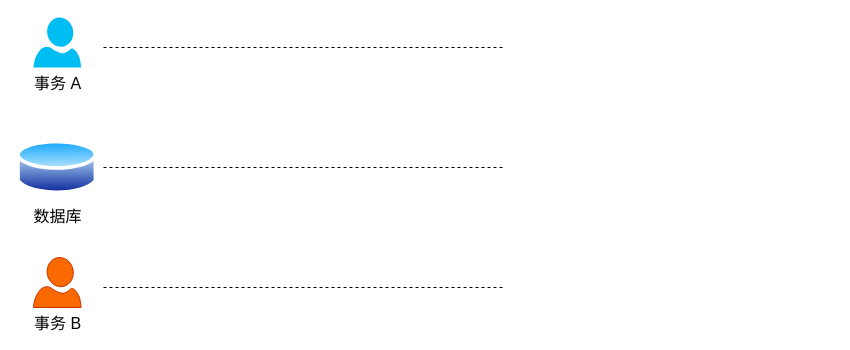
xiaolincoder/ImageHost4 keeps this draw.io diagram as mysql/事务隔离/脏读.drawio. Above is the earlier version. Source tidied: cells renumbered, new cells numbered last; positions are measured from the earlier drawing's top-left corner, leaving out a move shared by most shapes. Both pictures are drawn from the tidied source at 100%, with x=0, y=0 at pixel (16, 17).
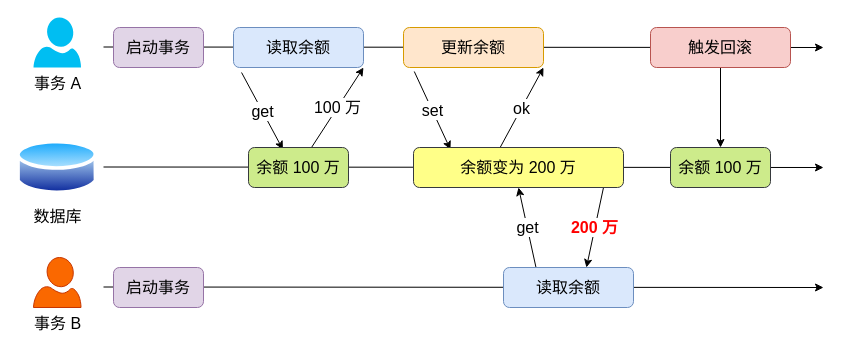
After the change.

Change to the diagram source:
```diff
@@
-    <mxCell id="2" style="endArrow=none;dashed=1;html=1;" parent="1" edge="1">
-      <mxGeometry relative="1" as="geometry">
-        <mxPoint x="87" y="30" as="sourcePoint" />
-        <mxPoint x="487" y="30" as="targetPoint" />
-      </mxGeometry>
-    </mxCell>
+    <mxCell id="8" style="endArrow=classic;html=1;fontSize=16;" parent="1" edge="1">
+      <mxGeometry relative="1" as="geometry">
+        <mxPoint x="87" y="29.5" as="sourcePoint" />
+        <mxPoint x="807" y="30" as="targetPoint" />
+      </mxGeometry>
+    </mxCell>
+    <mxCell id="9" style="endArrow=classic;html=1;fontSize=16;" parent="1" edge="1">
+      <mxGeometry relative="1" as="geometry">
+        <mxPoint x="87" y="149.5" as="sourcePoint" />
+        <mxPoint x="807" y="150" as="targetPoint" />
+      </mxGeometry>
+    </mxCell>
+    <mxCell id="10" style="endArrow=classic;html=1;fontSize=16;" parent="1" edge="1">
+      <mxGeometry relative="1" as="geometry">
+        <mxPoint x="87" y="269.5" as="sourcePoint" />
+        <mxPoint x="807" y="270" as="targetPoint" />
+      </mxGeometry>
+    </mxCell>
@@
-    <mxCell id="4" style="endArrow=none;dashed=1;html=1;" parent="1" edge="1">
-      <mxGeometry relative="1" as="geometry">
-        <mxPoint x="87" y="150" as="sourcePoint" />
-        <mxPoint x="487" y="150" as="targetPoint" />
-      </mxGeometry>
-    </mxCell>
@@
-    <mxCell id="6" style="endArrow=none;dashed=1;html=1;" parent="1" edge="1">
-      <mxGeometry relative="1" as="geometry">
-        <mxPoint x="87" y="270" as="sourcePoint" />
-        <mxPoint x="487" y="270" as="targetPoint" />
-      </mxGeometry>
-    </mxCell>
@@
+    <mxCell id="11" value="启动事务" style="rounded=1;whiteSpace=wrap;html=1;fontSize=16;fillColor=#e1d5e7;strokeColor=#9673a6;" parent="1" vertex="1">
+      <mxGeometry x="97" y="10" width="90" height="40" as="geometry" />
+    </mxCell>
+    <mxCell id="12" value="get" style="rounded=0;jettySize=auto;html=1;entryX=0.344;entryY=0.05;entryDx=0;entryDy=0;fontSize=16;exitX=0.062;exitY=1.125;exitDx=0;exitDy=0;exitPerimeter=0;entryPerimeter=0;" parent="1" edge="1" source="13" target="15">
+      <mxGeometry relative="1" as="geometry" />
+    </mxCell>
+    <mxCell id="13" value="读取余额" style="rounded=1;whiteSpace=wrap;html=1;fontSize=16;fillColor=#dae8fc;strokeColor=#6c8ebf;" parent="1" vertex="1">
+      <mxGeometry x="217" y="10" width="130" height="40" as="geometry" />
+    </mxCell>
+    <mxCell id="14" value="100 万" style="edgeStyle=none;rounded=0;jettySize=auto;html=1;entryX=1;entryY=1;entryDx=0;entryDy=0;fontSize=16;" parent="1" edge="1" source="15" target="13">
+      <mxGeometry relative="1" as="geometry" />
+    </mxCell>
+    <mxCell id="15" value="余额 100 万" style="rounded=1;whiteSpace=wrap;html=1;fontSize=16;fillColor=#cdeb8b;strokeColor=#36393d;" parent="1" vertex="1">
+      <mxGeometry x="232" y="130" width="100" height="40" as="geometry" />
+    </mxCell>
+    <mxCell id="16" value="set" style="edgeStyle=none;rounded=0;jettySize=auto;html=1;entryX=0.176;entryY=0.05;entryDx=0;entryDy=0;fontSize=16;exitX=0.077;exitY=1.1;exitDx=0;exitDy=0;exitPerimeter=0;entryPerimeter=0;" parent="1" edge="1" source="17" target="20">
+      <mxGeometry relative="1" as="geometry" />
+    </mxCell>
+    <mxCell id="17" value="更新余额" style="rounded=1;whiteSpace=wrap;html=1;fontSize=16;fillColor=#ffe6cc;strokeColor=#d79b00;" parent="1" vertex="1">
+      <mxGeometry x="387" y="10" width="140" height="40" as="geometry" />
+    </mxCell>
+    <mxCell id="18" value="ok" style="edgeStyle=none;rounded=0;jettySize=auto;html=1;entryX=1;entryY=1;entryDx=0;entryDy=0;fontSize=16;exitX=0.41;exitY=0.025;exitDx=0;exitDy=0;exitPerimeter=0;" parent="1" edge="1" source="20" target="17">
+      <mxGeometry relative="1" as="geometry" />
+    </mxCell>
+    <mxCell id="19" value="&lt;font color=&quot;#ff0000&quot;&gt;&lt;b&gt;200 万&lt;/b&gt;&lt;/font&gt;" style="edgeStyle=none;rounded=0;jettySize=auto;html=1;entryX=0.638;entryY=0;entryDx=0;entryDy=0;fontSize=16;entryPerimeter=0;" parent="1" edge="1" target="23">
+      <mxGeometry relative="1" as="geometry">
+        <mxPoint x="587" y="170" as="sourcePoint" />
+      </mxGeometry>
+    </mxCell>
+    <mxCell id="20" value="余额变为 200 万" style="rounded=1;whiteSpace=wrap;html=1;fontSize=16;fillColor=#ffff88;strokeColor=#36393d;" parent="1" vertex="1">
+      <mxGeometry x="397" y="130" width="210" height="40" as="geometry" />
+    </mxCell>
+    <mxCell id="21" value="启动事务" style="rounded=1;whiteSpace=wrap;html=1;fontSize=16;fillColor=#e1d5e7;strokeColor=#9673a6;" parent="1" vertex="1">
+      <mxGeometry x="97" y="250" width="90" height="40" as="geometry" />
+    </mxCell>
+    <mxCell id="22" value="get" style="edgeStyle=none;rounded=0;jettySize=auto;html=1;entryX=0.5;entryY=1;entryDx=0;entryDy=0;fontSize=16;exitX=0.25;exitY=0;exitDx=0;exitDy=0;" parent="1" edge="1" source="23" target="20">
+      <mxGeometry relative="1" as="geometry" />
+    </mxCell>
+    <mxCell id="23" value="读取余额" style="rounded=1;whiteSpace=wrap;html=1;fontSize=16;fillColor=#dae8fc;strokeColor=#6c8ebf;" parent="1" vertex="1">
+      <mxGeometry x="487" y="250" width="130" height="40" as="geometry" />
+    </mxCell>
+    <mxCell id="24" value="余额 100 万" style="rounded=1;whiteSpace=wrap;html=1;fontSize=16;fillColor=#cdeb8b;strokeColor=#36393d;" parent="1" vertex="1">
+      <mxGeometry x="654" y="130" width="100" height="40" as="geometry" />
+    </mxCell>
+    <mxCell id="25" style="edgeStyle=none;rounded=0;jettySize=auto;html=1;fontSize=16;" parent="1" edge="1" source="26" target="24">
+      <mxGeometry relative="1" as="geometry" />
+    </mxCell>
+    <mxCell id="26" value="触发回滚" style="rounded=1;whiteSpace=wrap;html=1;fontSize=16;fillColor=#f8cecc;strokeColor=#b85450;" parent="1" vertex="1">
+      <mxGeometry x="634" y="10" width="140" height="40" as="geometry" />
+    </mxCell>
```
